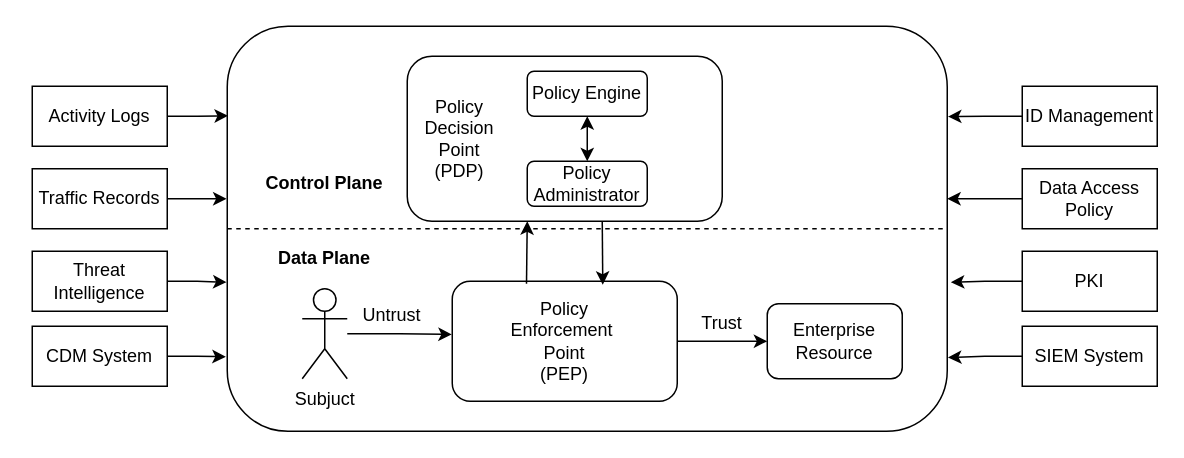
Earlier version of the draw.io diagram zta_overview.drawio (Norton-Lin/Picture). Source tidied: cells renumbered, new cells numbered last; positions are measured from the earlier drawing's top-left corner, leaving out a move shared by most shapes. Both pictures are drawn from the tidied source at 150%, with x=0, y=0 at pixel (32, 26).
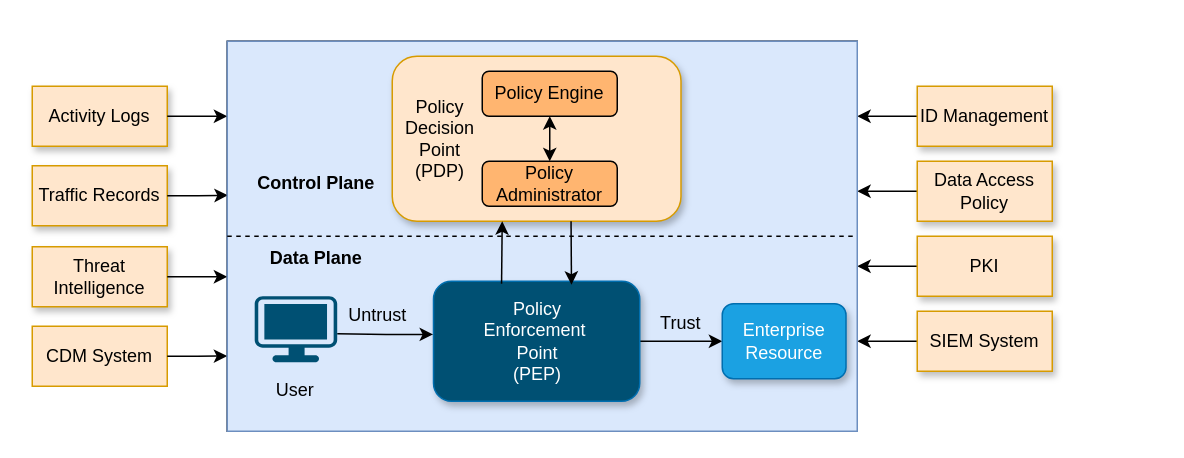
Above is the later version.

Diff of the diagram source:
```diff
@@
-    <mxCell id="2" style="rounded=1;whiteSpace=wrap;html=1;" parent="1" vertex="1">
-      <mxGeometry x="130" width="480" height="270" as="geometry" />
-    </mxCell>
+    <mxCell id="36" style="rounded=0;whiteSpace=wrap;html=1;" parent="1" vertex="1">
+      <mxGeometry x="130" y="10" width="420" height="260" as="geometry" />
+    </mxCell>
+    <mxCell id="37" style="group;flipV=0;" parent="1" vertex="1">
+      <mxGeometry x="590" y="40" width="90" height="190" as="geometry" />
+    </mxCell>
+    <mxCell id="38" style="edgeStyle=orthogonalEdgeStyle;rounded=0;jettySize=auto;html=1;" parent="37" edge="1" source="24">
+      <mxGeometry relative="1" as="geometry">
+        <mxPoint x="-40" y="70" as="targetPoint" />
+      </mxGeometry>
+    </mxCell>
+    <mxCell id="24" value="Data Access&lt;div&gt;Policy&lt;/div&gt;" style="rounded=0;whiteSpace=wrap;html=1;fillColor=#ffe6cc;strokeColor=#d79b00;shadow=1;" parent="37" vertex="1">
+      <mxGeometry y="50" width="90" height="40" as="geometry" />
+    </mxCell>
+    <mxCell id="39" style="edgeStyle=orthogonalEdgeStyle;rounded=0;jettySize=auto;html=1;" parent="37" edge="1" source="25">
+      <mxGeometry relative="1" as="geometry">
+        <mxPoint x="-40" y="120" as="targetPoint" />
+      </mxGeometry>
+    </mxCell>
+    <mxCell id="25" value="PKI" style="rounded=0;whiteSpace=wrap;html=1;fillColor=#ffe6cc;strokeColor=#d79b00;shadow=1;" parent="37" vertex="1">
+      <mxGeometry y="100" width="90" height="40" as="geometry" />
+    </mxCell>
+    <mxCell id="40" style="edgeStyle=orthogonalEdgeStyle;rounded=0;jettySize=auto;html=1;" parent="37" edge="1" source="26">
+      <mxGeometry relative="1" as="geometry">
+        <mxPoint x="-40" y="170" as="targetPoint" />
+      </mxGeometry>
+    </mxCell>
+    <mxCell id="26" value="SIEM System" style="rounded=0;whiteSpace=wrap;html=1;fillColor=#ffe6cc;strokeColor=#d79b00;shadow=1;" parent="37" vertex="1">
+      <mxGeometry y="150" width="90" height="40" as="geometry" />
+    </mxCell>
+    <mxCell id="41" style="edgeStyle=orthogonalEdgeStyle;rounded=0;jettySize=auto;html=1;" parent="37" edge="1" source="27">
+      <mxGeometry relative="1" as="geometry">
+        <mxPoint x="-40" y="20" as="targetPoint" />
+      </mxGeometry>
+    </mxCell>
+    <mxCell id="27" value="ID Management" style="rounded=0;whiteSpace=wrap;html=1;fillColor=#ffe6cc;strokeColor=#d79b00;shadow=1;" parent="37" vertex="1">
+      <mxGeometry width="90" height="40" as="geometry" />
+    </mxCell>
+    <mxCell id="42" style="group;flipV=0;" parent="1" vertex="1">
+      <mxGeometry y="40" width="90" height="200" as="geometry" />
+    </mxCell>
+    <mxCell id="20" value="Traffic Records" style="rounded=0;whiteSpace=wrap;html=1;shadow=1;fillColor=#ffe6cc;strokeColor=#d79b00;" parent="42" vertex="1">
+      <mxGeometry y="53" width="90" height="40" as="geometry" />
+    </mxCell>
+    <mxCell id="21" value="Threat Intelligence" style="rounded=0;whiteSpace=wrap;html=1;fillColor=#ffe6cc;strokeColor=#d79b00;shadow=1;" parent="42" vertex="1">
+      <mxGeometry y="107" width="90" height="40" as="geometry" />
+    </mxCell>
+    <mxCell id="22" value="CDM System" style="rounded=0;whiteSpace=wrap;html=1;fillColor=#ffe6cc;strokeColor=#d79b00;" parent="42" vertex="1">
+      <mxGeometry y="160" width="90" height="40" as="geometry" />
+    </mxCell>
+    <mxCell id="23" value="Activity Logs" style="rounded=0;whiteSpace=wrap;html=1;fillColor=#ffe6cc;strokeColor=#d79b00;shadow=1;" parent="42" vertex="1">
+      <mxGeometry width="90" height="40" as="geometry" />
+    </mxCell>
+    <mxCell id="43" style="edgeStyle=orthogonalEdgeStyle;rounded=0;jettySize=auto;html=1;" parent="1" edge="1" source="23">
+      <mxGeometry relative="1" as="geometry">
+        <mxPoint x="130" y="60" as="targetPoint" />
+      </mxGeometry>
+    </mxCell>
+    <mxCell id="44" style="edgeStyle=orthogonalEdgeStyle;rounded=0;jettySize=auto;html=1;entryX=0.001;entryY=0.395;entryDx=0;entryDy=0;entryPerimeter=0;" parent="1" edge="1" source="20">
+      <mxGeometry relative="1" as="geometry">
+        <mxPoint x="130.4" y="112.7" as="targetPoint" />
+      </mxGeometry>
+    </mxCell>
+    <mxCell id="45" style="edgeStyle=orthogonalEdgeStyle;rounded=0;jettySize=auto;html=1;entryX=0;entryY=0.604;entryDx=0;entryDy=0;entryPerimeter=0;" parent="1" edge="1" source="21">
+      <mxGeometry relative="1" as="geometry">
+        <mxPoint x="130" y="167" as="targetPoint" />
+      </mxGeometry>
+    </mxCell>
+    <mxCell id="46" style="edgeStyle=orthogonalEdgeStyle;rounded=0;jettySize=auto;html=1;entryX=0;entryY=0.807;entryDx=0;entryDy=0;entryPerimeter=0;" parent="1" edge="1" source="22">
+      <mxGeometry relative="1" as="geometry">
+        <mxPoint x="130" y="219.8" as="targetPoint" />
+      </mxGeometry>
+    </mxCell>
+    <mxCell id="47" style="group;fillColor=#dae8fc;strokeColor=#6c8ebf;" parent="1" vertex="1">
+      <mxGeometry x="130" y="10" width="420" height="260" as="geometry" />
+    </mxCell>
-    <mxCell id="3" style="endArrow=none;dashed=1;html=1;rounded=0;exitX=0;exitY=0.5;exitDx=0;exitDy=0;entryX=1;entryY=0.5;entryDx=0;entryDy=0;" parent="1" edge="1" source="2" target="2">
-      <mxGeometry relative="1" as="geometry" />
+    <mxCell id="3" style="endArrow=none;dashed=1;html=1;rounded=0;exitX=0;exitY=0.5;exitDx=0;exitDy=0;entryX=1;entryY=0.5;entryDx=0;entryDy=0;" parent="1" edge="1">
+      <mxGeometry relative="1" as="geometry">
+        <mxPoint x="130" y="140" as="sourcePoint" />
+        <mxPoint x="550" y="140" as="targetPoint" />
+      </mxGeometry>
     </mxCell>
     <mxCell id="4" value="&lt;b&gt;Control Plane&lt;/b&gt;" style="text;html=1;align=center;verticalAlign=middle;whiteSpace=wrap;rounded=0;" parent="1" vertex="1">
-      <mxGeometry x="140" y="90" width="110" height="30" as="geometry" />
+      <mxGeometry x="139.2" y="90" width="100.8" height="30" as="geometry" />
     </mxCell>
     <mxCell id="5" value="&lt;b&gt;Data Plane&lt;/b&gt;" style="text;html=1;align=center;verticalAlign=middle;whiteSpace=wrap;rounded=0;" parent="1" vertex="1">
-      <mxGeometry x="140" y="140" width="110" height="30" as="geometry" />
+      <mxGeometry x="139.2" y="140" width="100.8" height="30" as="geometry" />
     </mxCell>
-    <mxCell id="6" style="rounded=1;whiteSpace=wrap;html=1;" parent="1" vertex="1">
-      <mxGeometry x="250" y="20" width="210" height="110" as="geometry" />
+    <mxCell id="6" style="rounded=1;whiteSpace=wrap;html=1;fillColor=#ffe6cc;strokeColor=#d79b00;shadow=1;" parent="1" vertex="1">
+      <mxGeometry x="240" y="20" width="192.5" height="110" as="geometry" />
     </mxCell>
     <mxCell id="7" value="Policy Decision Point&lt;div&gt;(PDP)&lt;/div&gt;" style="text;html=1;align=center;verticalAlign=middle;whiteSpace=wrap;rounded=0;" parent="1" vertex="1">
-      <mxGeometry x="250" y="50" width="70" height="50" as="geometry" />
+      <mxGeometry x="240" y="50" width="64.2" height="50" as="geometry" />
     </mxCell>
@@
-    <mxCell id="9" value="Policy&lt;div&gt;Enforcement&amp;nbsp;&lt;/div&gt;&lt;div&gt;Point&lt;div&gt;(PEP)&lt;/div&gt;&lt;/div&gt;" style="rounded=1;whiteSpace=wrap;html=1;" parent="1" vertex="1">
-      <mxGeometry x="280" y="170" width="150" height="80" as="geometry" />
+    <mxCell id="9" value="&lt;font&gt;Policy&lt;/font&gt;&lt;div&gt;Enforcement&amp;nbsp;&lt;/div&gt;&lt;div&gt;&lt;font&gt;Point&lt;/font&gt;&lt;div&gt;(PEP)&lt;/div&gt;&lt;/div&gt;" style="rounded=1;whiteSpace=wrap;html=1;fillColor=light-dark(#005073, #198cc4);fontColor=#ffffff;strokeColor=#006EAF;shadow=1;" parent="1" vertex="1">
+      <mxGeometry x="267.5" y="170" width="137.5" height="80" as="geometry" />
     </mxCell>
-    <mxCell id="10" value="Policy Engine" style="rounded=1;whiteSpace=wrap;html=1;" parent="1" vertex="1">
-      <mxGeometry x="330" y="30" width="80" height="30" as="geometry" />
+    <mxCell id="10" value="Policy Engine" style="rounded=1;whiteSpace=wrap;html=1;fillColor=#FFB570;" parent="1" vertex="1">
+      <mxGeometry x="300" y="30" width="90" height="30" as="geometry" />
     </mxCell>
-    <mxCell id="11" value="Policy Administrator" style="rounded=1;whiteSpace=wrap;html=1;" parent="1" vertex="1">
-      <mxGeometry x="330" y="90" width="80" height="30" as="geometry" />
+    <mxCell id="11" value="Policy Administrator" style="rounded=1;whiteSpace=wrap;html=1;fillColor=light-dark(#ffb570, #ededed);" parent="1" vertex="1">
+      <mxGeometry x="300" y="90" width="90" height="30" as="geometry" />
     </mxCell>
     <mxCell id="12" style="endArrow=classic;html=1;rounded=0;exitX=0.33;exitY=0.021;exitDx=0;exitDy=0;exitPerimeter=0;" parent="1" edge="1" source="9">
       <mxGeometry relative="1" as="geometry">
-        <mxPoint x="330" y="130" as="targetPoint" />
+        <mxPoint x="313.3" y="130" as="targetPoint" />
       </mxGeometry>
     </mxCell>
     <mxCell id="13" style="endArrow=classic;html=1;rounded=0;entryX=0.669;entryY=0.029;entryDx=0;entryDy=0;entryPerimeter=0;" parent="1" edge="1" target="9">
       <mxGeometry relative="1" as="geometry">
-        <mxPoint x="380" y="130" as="sourcePoint" />
+        <mxPoint x="359.2" y="130" as="sourcePoint" />
       </mxGeometry>
     </mxCell>
-    <mxCell id="14" value="Enterprise&lt;div&gt;Resource&lt;/div&gt;" style="rounded=1;whiteSpace=wrap;html=1;" parent="1" vertex="1">
-      <mxGeometry x="490" y="185" width="90" height="50" as="geometry" />
+    <mxCell id="14" value="Enterprise&lt;div&gt;Resource&lt;/div&gt;" style="rounded=1;whiteSpace=wrap;html=1;fillColor=#1ba1e2;strokeColor=#006EAF;fontColor=#ffffff;shadow=1;" parent="1" vertex="1">
+      <mxGeometry x="460" y="185" width="82.5" height="50" as="geometry" />
     </mxCell>
     <mxCell id="15" value="Trust" style="text;html=1;align=center;verticalAlign=middle;whiteSpace=wrap;rounded=0;" parent="1" vertex="1">
-      <mxGeometry x="430" y="180" width="60" height="35" as="geometry" />
+      <mxGeometry x="405" y="180" width="55" height="35" as="geometry" />
     </mxCell>
-    <mxCell id="16" value="Subjuct" style="shape=umlActor;verticalLabelPosition=bottom;verticalAlign=top;html=1;outlineConnect=0;" parent="1" vertex="1">
-      <mxGeometry x="180" y="175" width="30" height="60" as="geometry" />
-    </mxCell>
-    <mxCell id="17" style="edgeStyle=orthogonalEdgeStyle;rounded=0;jettySize=auto;html=1;entryX=-0.002;entryY=0.443;entryDx=0;entryDy=0;entryPerimeter=0;" parent="1" edge="1" source="16" target="9">
-      <mxGeometry relative="1" as="geometry" />
+    <mxCell id="17" style="edgeStyle=orthogonalEdgeStyle;rounded=0;jettySize=auto;html=1;entryX=-0.002;entryY=0.443;entryDx=0;entryDy=0;entryPerimeter=0;" parent="1" edge="1" target="9">
+      <mxGeometry relative="1" as="geometry">
+        <mxPoint x="203.3" y="205" as="sourcePoint" />
+      </mxGeometry>
     </mxCell>
     <mxCell id="18" value="Untrust" style="text;html=1;align=center;verticalAlign=middle;whiteSpace=wrap;rounded=0;" parent="1" vertex="1">
-      <mxGeometry x="210" y="175" width="60" height="35" as="geometry" />
+      <mxGeometry x="203.3" y="175" width="55" height="35" as="geometry" />
     </mxCell>
@@
-    <mxCell id="20" value="Traffic Records" style="rounded=0;whiteSpace=wrap;html=1;" parent="1" vertex="1">
-      <mxGeometry y="95" width="90" height="40" as="geometry" />
-    </mxCell>
-    <mxCell id="21" value="Threat Intelligence" style="rounded=0;whiteSpace=wrap;html=1;" parent="1" vertex="1">
-      <mxGeometry y="150" width="90" height="40" as="geometry" />
-    </mxCell>
-    <mxCell id="22" value="CDM System" style="rounded=0;whiteSpace=wrap;html=1;" parent="1" vertex="1">
-      <mxGeometry y="200" width="90" height="40" as="geometry" />
-    </mxCell>
-    <mxCell id="23" value="Activity Logs" style="rounded=0;whiteSpace=wrap;html=1;" parent="1" vertex="1">
-      <mxGeometry y="40" width="90" height="40" as="geometry" />
-    </mxCell>
-    <mxCell id="24" value="Data Access&lt;div&gt;Policy&lt;/div&gt;" style="rounded=0;whiteSpace=wrap;html=1;" parent="1" vertex="1">
-      <mxGeometry x="660" y="95" width="90" height="40" as="geometry" />
-    </mxCell>
-    <mxCell id="25" value="PKI" style="rounded=0;whiteSpace=wrap;html=1;" parent="1" vertex="1">
-      <mxGeometry x="660" y="150" width="90" height="40" as="geometry" />
-    </mxCell>
-    <mxCell id="26" value="SIEM System" style="rounded=0;whiteSpace=wrap;html=1;" parent="1" vertex="1">
-      <mxGeometry x="660" y="200" width="90" height="40" as="geometry" />
-    </mxCell>
-    <mxCell id="27" value="ID Management" style="rounded=0;whiteSpace=wrap;html=1;" parent="1" vertex="1">
-      <mxGeometry x="660" y="40" width="90" height="40" as="geometry" />
-    </mxCell>
-    <mxCell id="28" style="edgeStyle=orthogonalEdgeStyle;rounded=0;jettySize=auto;html=1;entryX=0.001;entryY=0.221;entryDx=0;entryDy=0;entryPerimeter=0;" parent="1" edge="1" source="23" target="2">
-      <mxGeometry relative="1" as="geometry" />
-    </mxCell>
-    <mxCell id="29" style="edgeStyle=orthogonalEdgeStyle;rounded=0;jettySize=auto;html=1;entryX=-0.001;entryY=0.426;entryDx=0;entryDy=0;entryPerimeter=0;" parent="1" edge="1" source="20" target="2">
-      <mxGeometry relative="1" as="geometry" />
-    </mxCell>
-    <mxCell id="30" style="edgeStyle=orthogonalEdgeStyle;rounded=0;jettySize=auto;html=1;entryX=-0.001;entryY=0.632;entryDx=0;entryDy=0;entryPerimeter=0;" parent="1" edge="1" source="21" target="2">
-      <mxGeometry relative="1" as="geometry" />
-    </mxCell>
-    <mxCell id="31" style="edgeStyle=orthogonalEdgeStyle;rounded=0;jettySize=auto;html=1;entryX=-0.002;entryY=0.816;entryDx=0;entryDy=0;entryPerimeter=0;" parent="1" edge="1" source="22" target="2">
-      <mxGeometry relative="1" as="geometry" />
-    </mxCell>
-    <mxCell id="32" style="edgeStyle=orthogonalEdgeStyle;rounded=0;jettySize=auto;html=1;entryX=1.001;entryY=0.223;entryDx=0;entryDy=0;entryPerimeter=0;" parent="1" edge="1" source="27" target="2">
-      <mxGeometry relative="1" as="geometry" />
-    </mxCell>
-    <mxCell id="33" style="edgeStyle=orthogonalEdgeStyle;rounded=0;jettySize=auto;html=1;entryX=1;entryY=0.426;entryDx=0;entryDy=0;entryPerimeter=0;" parent="1" edge="1" source="24" target="2">
-      <mxGeometry relative="1" as="geometry" />
-    </mxCell>
-    <mxCell id="34" style="edgeStyle=orthogonalEdgeStyle;rounded=0;jettySize=auto;html=1;entryX=1.005;entryY=0.632;entryDx=0;entryDy=0;entryPerimeter=0;" parent="1" edge="1" source="25" target="2">
-      <mxGeometry relative="1" as="geometry" />
-    </mxCell>
-    <mxCell id="35" style="edgeStyle=orthogonalEdgeStyle;rounded=0;jettySize=auto;html=1;entryX=1.001;entryY=0.818;entryDx=0;entryDy=0;entryPerimeter=0;" parent="1" edge="1" source="26" target="2">
-      <mxGeometry relative="1" as="geometry" />
-    </mxCell>
+    <mxCell id="48" style="verticalLabelPosition=bottom;sketch=0;html=1;verticalAlign=top;align=center;shape=mxgraph.cisco19.workstation;fillColor=#005073;strokeColor=none;" parent="1" vertex="1">
+      <mxGeometry x="148.3" y="180" width="55" height="44" as="geometry" />
+    </mxCell>
+    <mxCell id="49" value="User" style="text;html=1;align=center;verticalAlign=middle;whiteSpace=wrap;rounded=0;" parent="1" vertex="1">
+      <mxGeometry x="148.3" y="225" width="55" height="35" as="geometry" />
+    </mxCell>
```
